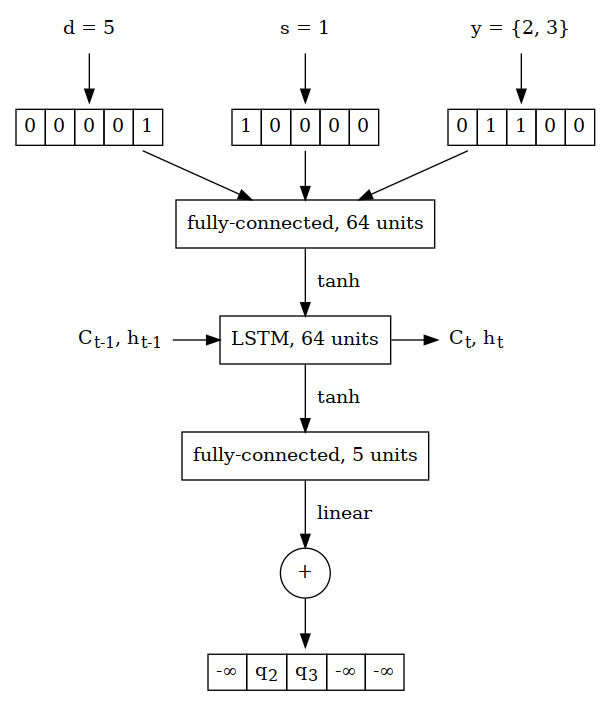
The Graphviz diagram img/nn-4.png in flyingleafe/itmo-ctd-thesis, before a commit. Its source is kept beside it as img/nn-4.dot.
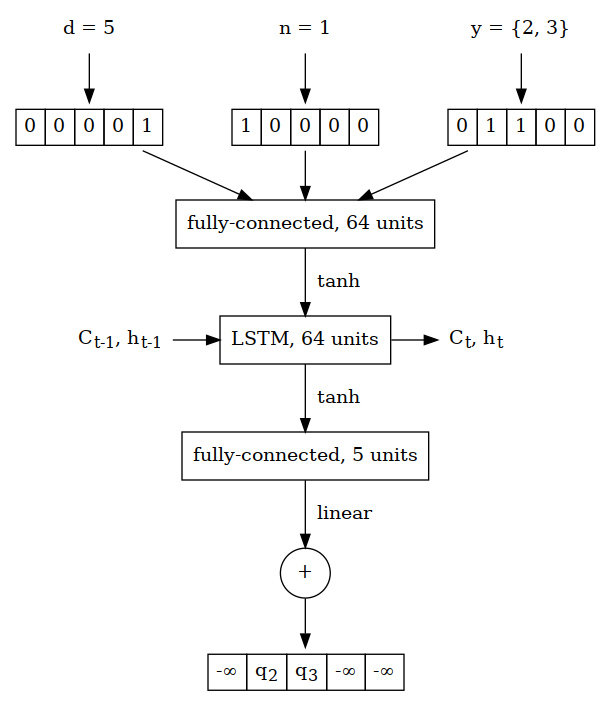
Above is the later version.

Change to the diagram source:
```diff
@@ -2,7 +2,7 @@
   node [shape="plaintext"]
 
   d_label [label="d = 5"]
-  s_label [label="s = 1"]
+  s_label [label="n = 1"]
   y_label [label="y = {2, 3}"]
 
 node [shape=none];
```
